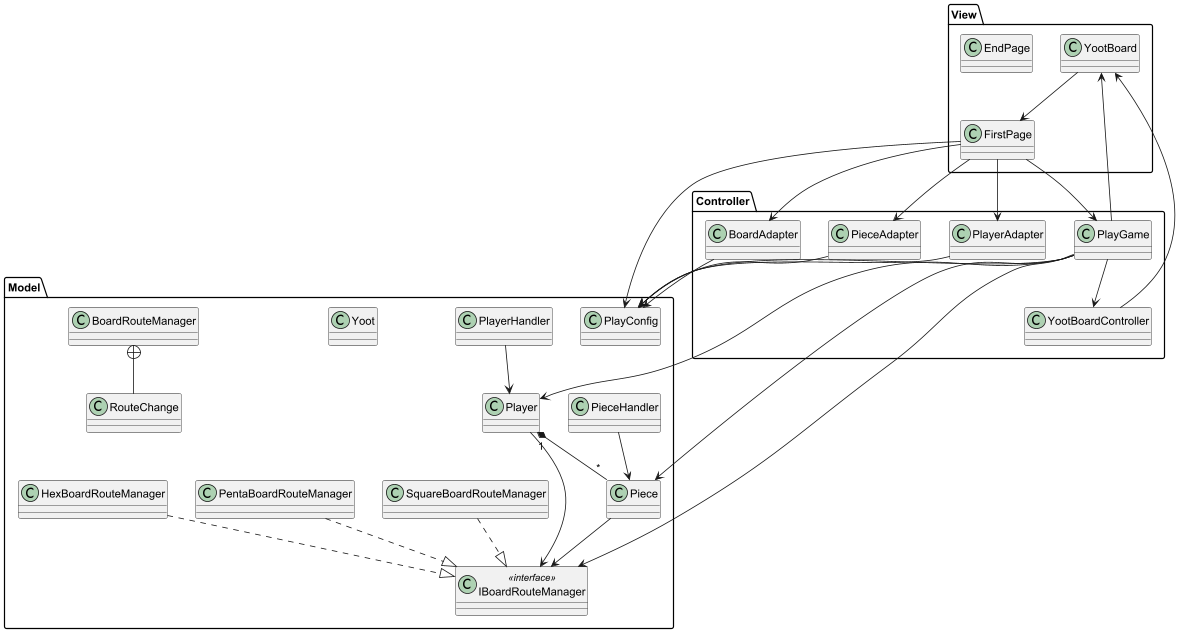
Earlier version of the PlantUML export doc/Diagram/MVC_Diagram.png (BigBeautifulM/SETermProject18).
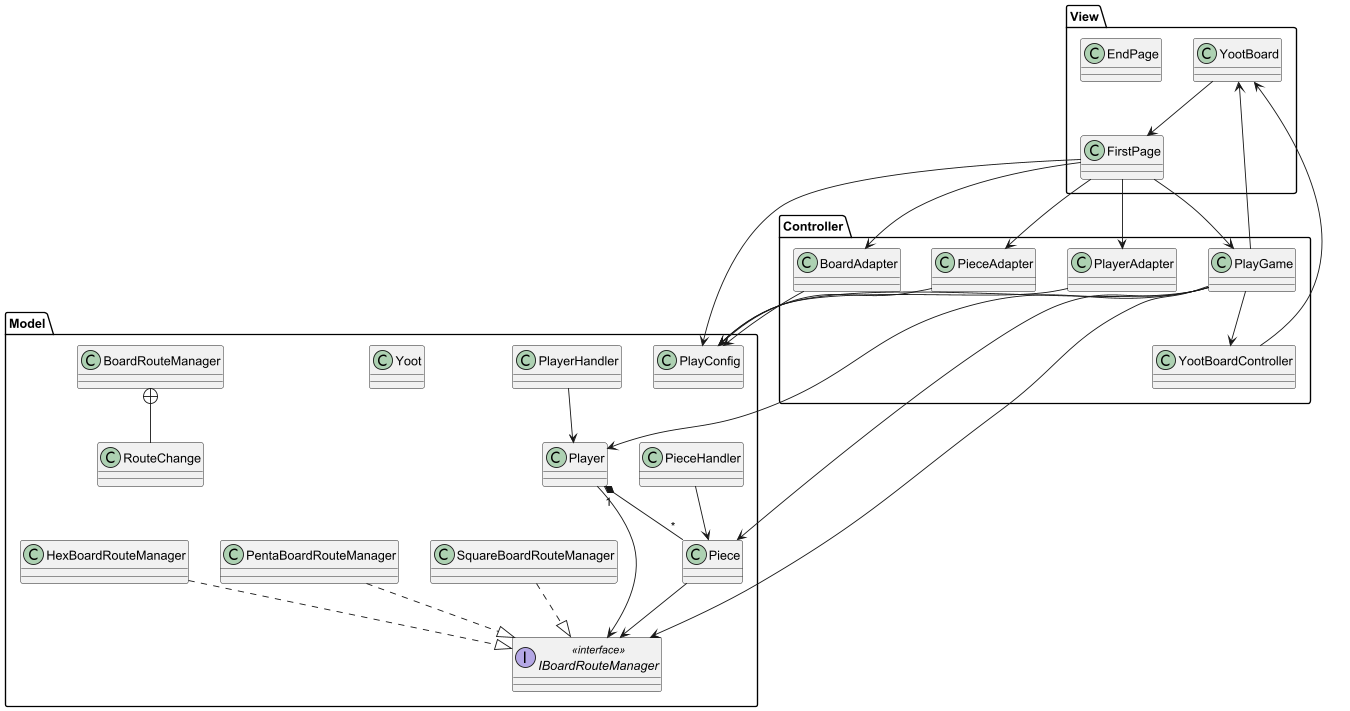
The same diagram one commit later.

Commit message:
MVC Diagram modified

What changed in the source:
```diff
@@ -7,7 +7,7 @@
   class PlayerHandler
   class Yoot
   class BoardRouteManager
-  class IBoardRouteManager <<interface>>
+  Interface IBoardRouteManager <<interface>>
   class SquareBoardRouteManager
   class PentaBoardRouteManager
   class HexBoardRouteManager
```
